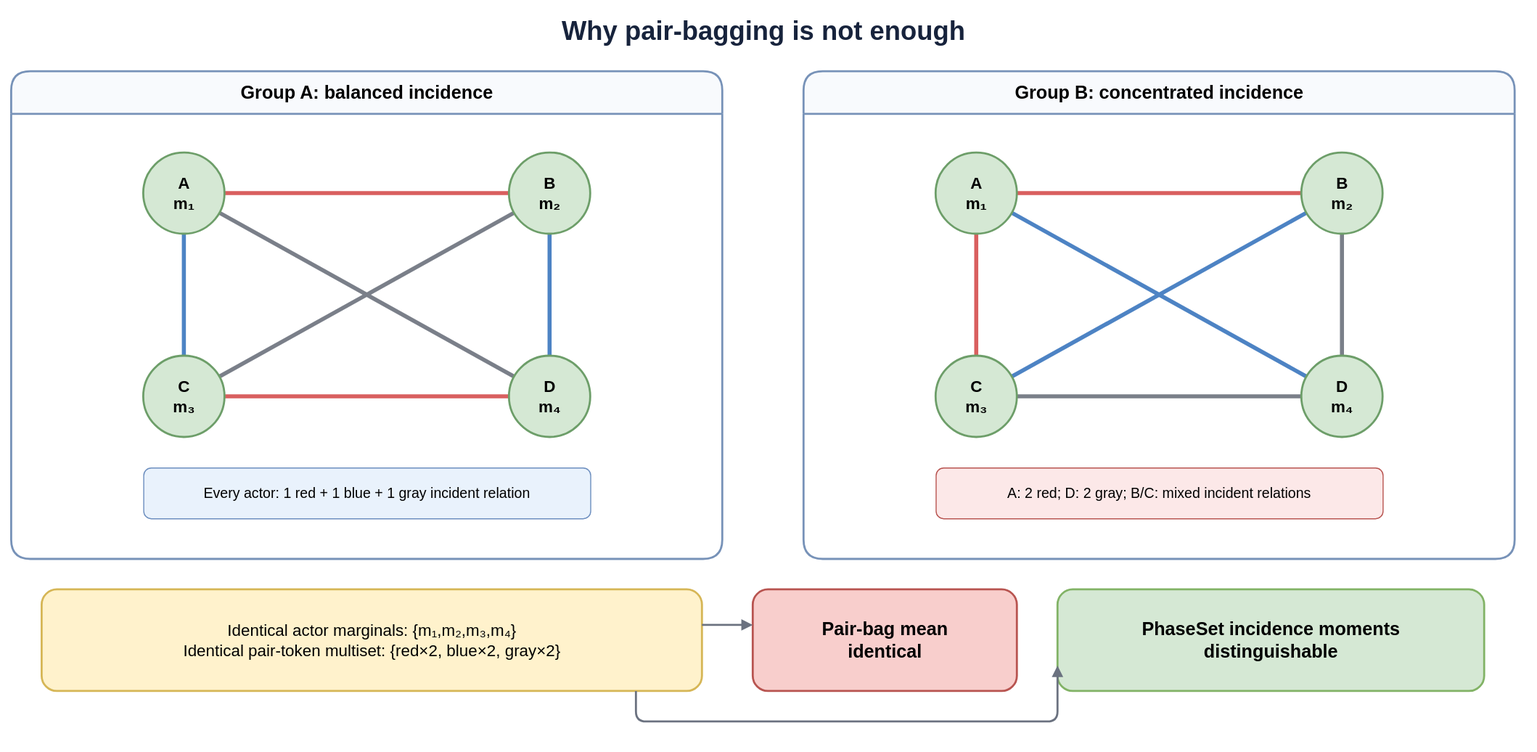
The draw.io diagram figures/phaseset_motivation.svg in appleweiping/phasepair-periodic-motion-language, before a commit. Source tidied: cells renumbered, new cells last; positions are measured from the earlier drawing's top-left corner, leaving out a move shared by most shapes.
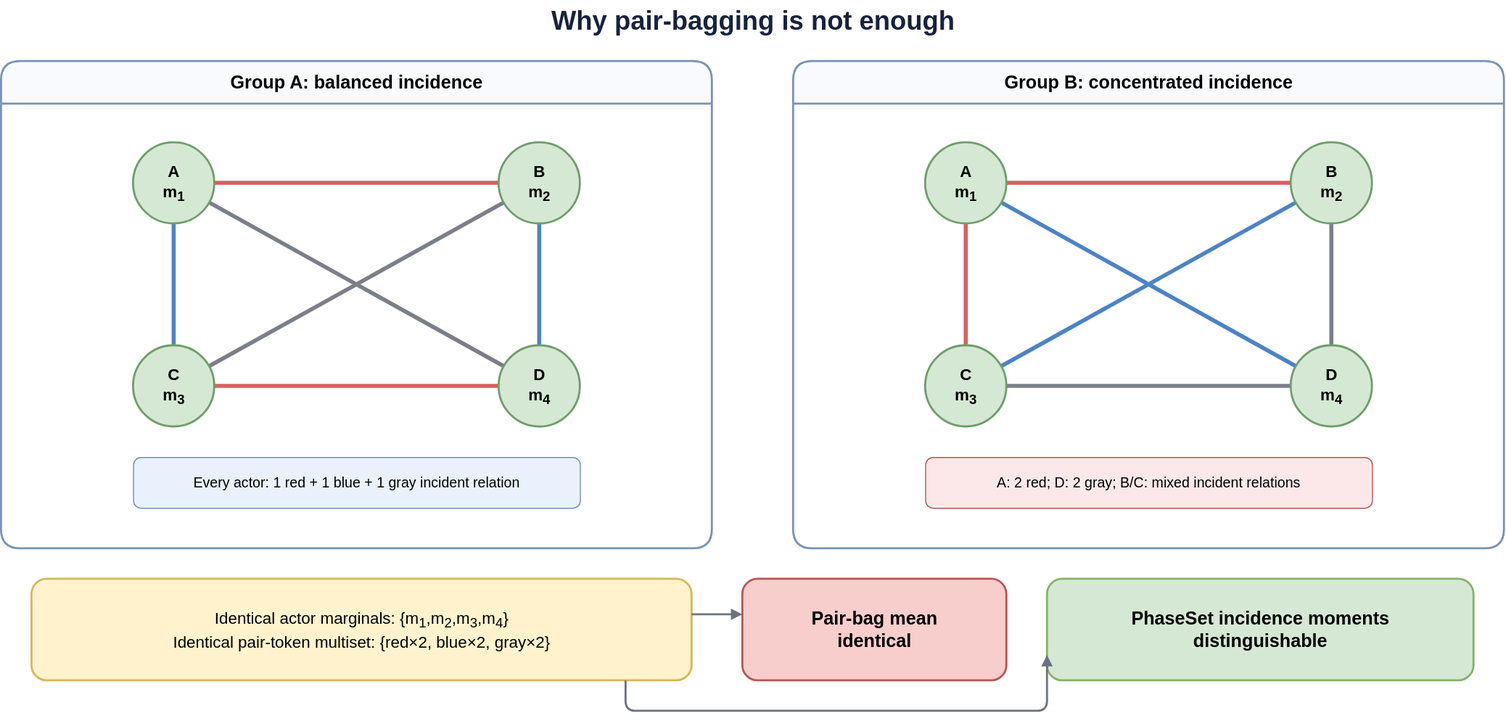
The same file after the commit.

Change to the diagram source:
```diff
@@ -2,94 +2,94 @@
   <root>
     <mxCell id="0" />
     <mxCell id="1" parent="0" />
-    <mxCell id="2" value="Why pair-bagging is not enough" style="text;html=1;align=center;verticalAlign=middle;fontSize=26;fontStyle=1;fontColor=#17233C;" parent="1" vertex="1">
+    <mxCell id="2" value="Why pair-bagging is not enough" style="fontFamily=Arial;text;html=1;align=center;verticalAlign=middle;fontSize=26;fontStyle=1;fontColor=#17233C;" parent="1" vertex="1">
       <mxGeometry x="240" width="1000" height="40" as="geometry" />
     </mxCell>
-    <mxCell id="3" value="Group A: balanced incidence" style="swimlane;startSize=42;rounded=1;html=1;whiteSpace=wrap;fontSize=18;fontStyle=1;fillColor=#F8FAFD;strokeColor=#7792B8;strokeWidth=2;" parent="1" vertex="1">
+    <mxCell id="3" value="Group A: balanced incidence" style="fontFamily=Arial;swimlane;startSize=42;rounded=1;html=1;whiteSpace=wrap;fontSize=18;fontStyle=1;fillColor=#F8FAFD;strokeColor=#7792B8;strokeWidth=2;" parent="1" vertex="1">
       <mxGeometry y="60" width="700" height="480" as="geometry" />
     </mxCell>
-    <mxCell id="4" style="edgeStyle=none;rounded=1;jettySize=auto;html=1;strokeColor=#D95F5F;strokeWidth=4;endArrow=none;" parent="3" edge="1" source="10" target="11">
+    <mxCell id="4" style="fontFamily=Arial;edgeStyle=none;rounded=1;jettySize=auto;html=1;strokeColor=#D95F5F;strokeWidth=4;endArrow=none;" parent="3" edge="1" source="10" target="11">
       <mxGeometry relative="1" as="geometry" />
     </mxCell>
-    <mxCell id="5" style="edgeStyle=none;rounded=1;jettySize=auto;html=1;strokeColor=#4D83C4;strokeWidth=4;endArrow=none;" parent="3" edge="1" source="10" target="12">
+    <mxCell id="5" style="fontFamily=Arial;edgeStyle=none;rounded=1;jettySize=auto;html=1;strokeColor=#4D83C4;strokeWidth=4;endArrow=none;" parent="3" edge="1" source="10" target="12">
       <mxGeometry relative="1" as="geometry" />
     </mxCell>
-    <mxCell id="6" style="edgeStyle=none;rounded=1;jettySize=auto;html=1;strokeColor=#7A7F89;strokeWidth=4;endArrow=none;" parent="3" edge="1" source="10" target="13">
+    <mxCell id="6" style="fontFamily=Arial;edgeStyle=none;rounded=1;jettySize=auto;html=1;strokeColor=#7A7F89;strokeWidth=4;endArrow=none;" parent="3" edge="1" source="10" target="13">
       <mxGeometry relative="1" as="geometry" />
     </mxCell>
-    <mxCell id="7" style="edgeStyle=none;rounded=1;jettySize=auto;html=1;strokeColor=#7A7F89;strokeWidth=4;endArrow=none;" parent="3" edge="1" source="11" target="12">
+    <mxCell id="7" style="fontFamily=Arial;edgeStyle=none;rounded=1;jettySize=auto;html=1;strokeColor=#7A7F89;strokeWidth=4;endArrow=none;" parent="3" edge="1" source="11" target="12">
       <mxGeometry relative="1" as="geometry" />
     </mxCell>
-    <mxCell id="8" style="edgeStyle=none;rounded=1;jettySize=auto;html=1;strokeColor=#4D83C4;strokeWidth=4;endArrow=none;" parent="3" edge="1" source="11" target="13">
+    <mxCell id="8" style="fontFamily=Arial;edgeStyle=none;rounded=1;jettySize=auto;html=1;strokeColor=#4D83C4;strokeWidth=4;endArrow=none;" parent="3" edge="1" source="11" target="13">
       <mxGeometry relative="1" as="geometry" />
     </mxCell>
-    <mxCell id="9" style="edgeStyle=none;rounded=1;jettySize=auto;html=1;strokeColor=#D95F5F;strokeWidth=4;endArrow=none;" parent="3" edge="1" source="12" target="13">
+    <mxCell id="9" style="fontFamily=Arial;edgeStyle=none;rounded=1;jettySize=auto;html=1;strokeColor=#D95F5F;strokeWidth=4;endArrow=none;" parent="3" edge="1" source="12" target="13">
       <mxGeometry relative="1" as="geometry" />
     </mxCell>
-    <mxCell id="10" value="A&#10;m₁" style="ellipse;whiteSpace=wrap;html=1;align=center;verticalAlign=middle;fontSize=16;fontStyle=1;fillColor=#D5E8D4;strokeColor=#6D9E69;strokeWidth=2;" parent="3" vertex="1">
+    <mxCell id="10" value="A&#10;m&lt;sub&gt;1&lt;/sub&gt;" style="fontFamily=Arial;ellipse;whiteSpace=wrap;html=1;align=center;verticalAlign=middle;fontSize=16;fontStyle=1;fillColor=#D5E8D4;strokeColor=#6D9E69;strokeWidth=2;" parent="3" vertex="1">
       <mxGeometry x="130" y="80" width="80" height="80" as="geometry" />
     </mxCell>
-    <mxCell id="11" value="B&#10;m₂" style="ellipse;whiteSpace=wrap;html=1;align=center;verticalAlign=middle;fontSize=16;fontStyle=1;fillColor=#D5E8D4;strokeColor=#6D9E69;strokeWidth=2;" parent="3" vertex="1">
+    <mxCell id="11" value="B&#10;m&lt;sub&gt;2&lt;/sub&gt;" style="fontFamily=Arial;ellipse;whiteSpace=wrap;html=1;align=center;verticalAlign=middle;fontSize=16;fontStyle=1;fillColor=#D5E8D4;strokeColor=#6D9E69;strokeWidth=2;" parent="3" vertex="1">
       <mxGeometry x="490" y="80" width="80" height="80" as="geometry" />
     </mxCell>
-    <mxCell id="12" value="C&#10;m₃" style="ellipse;whiteSpace=wrap;html=1;align=center;verticalAlign=middle;fontSize=16;fontStyle=1;fillColor=#D5E8D4;strokeColor=#6D9E69;strokeWidth=2;" parent="3" vertex="1">
+    <mxCell id="12" value="C&#10;m&lt;sub&gt;3&lt;/sub&gt;" style="fontFamily=Arial;ellipse;whiteSpace=wrap;html=1;align=center;verticalAlign=middle;fontSize=16;fontStyle=1;fillColor=#D5E8D4;strokeColor=#6D9E69;strokeWidth=2;" parent="3" vertex="1">
       <mxGeometry x="130" y="280" width="80" height="80" as="geometry" />
     </mxCell>
-    <mxCell id="13" value="D&#10;m₄" style="ellipse;whiteSpace=wrap;html=1;align=center;verticalAlign=middle;fontSize=16;fontStyle=1;fillColor=#D5E8D4;strokeColor=#6D9E69;strokeWidth=2;" parent="3" vertex="1">
+    <mxCell id="13" value="D&#10;m&lt;sub&gt;4&lt;/sub&gt;" style="fontFamily=Arial;ellipse;whiteSpace=wrap;html=1;align=center;verticalAlign=middle;fontSize=16;fontStyle=1;fillColor=#D5E8D4;strokeColor=#6D9E69;strokeWidth=2;" parent="3" vertex="1">
       <mxGeometry x="490" y="280" width="80" height="80" as="geometry" />
     </mxCell>
-    <mxCell id="14" value="Every actor: 1 red + 1 blue + 1 gray incident relation" style="rounded=1;whiteSpace=wrap;html=1;align=center;verticalAlign=middle;fontSize=14;fillColor=#E9F2FC;strokeColor=#6C8EBF;" parent="3" vertex="1">
+    <mxCell id="14" value="Every actor: 1 red + 1 blue + 1 gray incident relation" style="fontFamily=Arial;rounded=1;whiteSpace=wrap;html=1;align=center;verticalAlign=middle;fontSize=14;fillColor=#E9F2FC;strokeColor=#6C8EBF;" parent="3" vertex="1">
       <mxGeometry x="130" y="390" width="440" height="50" as="geometry" />
     </mxCell>
-    <mxCell id="15" value="Group B: concentrated incidence" style="swimlane;startSize=42;rounded=1;html=1;whiteSpace=wrap;fontSize=18;fontStyle=1;fillColor=#F8FAFD;strokeColor=#7792B8;strokeWidth=2;" parent="1" vertex="1">
+    <mxCell id="15" value="Group B: concentrated incidence" style="fontFamily=Arial;swimlane;startSize=42;rounded=1;html=1;whiteSpace=wrap;fontSize=18;fontStyle=1;fillColor=#F8FAFD;strokeColor=#7792B8;strokeWidth=2;" parent="1" vertex="1">
       <mxGeometry x="780" y="60" width="700" height="480" as="geometry" />
     </mxCell>
-    <mxCell id="16" style="edgeStyle=none;rounded=1;jettySize=auto;html=1;strokeColor=#D95F5F;strokeWidth=4;endArrow=none;" parent="15" edge="1" source="22" target="23">
+    <mxCell id="16" style="fontFamily=Arial;edgeStyle=none;rounded=1;jettySize=auto;html=1;strokeColor=#D95F5F;strokeWidth=4;endArrow=none;" parent="15" edge="1" source="22" target="23">
       <mxGeometry relative="1" as="geometry" />
     </mxCell>
-    <mxCell id="17" style="edgeStyle=none;rounded=1;jettySize=auto;html=1;strokeColor=#D95F5F;strokeWidth=4;endArrow=none;" parent="15" edge="1" source="22" target="24">
+    <mxCell id="17" style="fontFamily=Arial;edgeStyle=none;rounded=1;jettySize=auto;html=1;strokeColor=#D95F5F;strokeWidth=4;endArrow=none;" parent="15" edge="1" source="22" target="24">
       <mxGeometry relative="1" as="geometry" />
     </mxCell>
-    <mxCell id="18" style="edgeStyle=none;rounded=1;jettySize=auto;html=1;strokeColor=#4D83C4;strokeWidth=4;endArrow=none;" parent="15" edge="1" source="22" target="25">
+    <mxCell id="18" style="fontFamily=Arial;edgeStyle=none;rounded=1;jettySize=auto;html=1;strokeColor=#4D83C4;strokeWidth=4;endArrow=none;" parent="15" edge="1" source="22" target="25">
       <mxGeometry relative="1" as="geometry" />
     </mxCell>
-    <mxCell id="19" style="edgeStyle=none;rounded=1;jettySize=auto;html=1;strokeColor=#4D83C4;strokeWidth=4;endArrow=none;" parent="15" edge="1" source="23" target="24">
+    <mxCell id="19" style="fontFamily=Arial;edgeStyle=none;rounded=1;jettySize=auto;html=1;strokeColor=#4D83C4;strokeWidth=4;endArrow=none;" parent="15" edge="1" source="23" target="24">
       <mxGeometry relative="1" as="geometry" />
     </mxCell>
-    <mxCell id="20" style="edgeStyle=none;rounded=1;jettySize=auto;html=1;strokeColor=#7A7F89;strokeWidth=4;endArrow=none;" parent="15" edge="1" source="23" target="25">
+    <mxCell id="20" style="fontFamily=Arial;edgeStyle=none;rounded=1;jettySize=auto;html=1;strokeColor=#7A7F89;strokeWidth=4;endArrow=none;" parent="15" edge="1" source="23" target="25">
       <mxGeometry relative="1" as="geometry" />
     </mxCell>
-    <mxCell id="21" style="edgeStyle=none;rounded=1;jettySize=auto;html=1;strokeColor=#7A7F89;strokeWidth=4;endArrow=none;" parent="15" edge="1" source="24" target="25">
+    <mxCell id="21" style="fontFamily=Arial;edgeStyle=none;rounded=1;jettySize=auto;html=1;strokeColor=#7A7F89;strokeWidth=4;endArrow=none;" parent="15" edge="1" source="24" target="25">
       <mxGeometry relative="1" as="geometry" />
     </mxCell>
-    <mxCell id="22" value="A&#10;m₁" style="ellipse;whiteSpace=wrap;html=1;align=center;verticalAlign=middle;fontSize=16;fontStyle=1;fillColor=#D5E8D4;strokeColor=#6D9E69;strokeWidth=2;" parent="15" vertex="1">
+    <mxCell id="22" value="A&#10;m&lt;sub&gt;1&lt;/sub&gt;" style="fontFamily=Arial;ellipse;whiteSpace=wrap;html=1;align=center;verticalAlign=middle;fontSize=16;fontStyle=1;fillColor=#D5E8D4;strokeColor=#6D9E69;strokeWidth=2;" parent="15" vertex="1">
       <mxGeometry x="130" y="80" width="80" height="80" as="geometry" />
     </mxCell>
-    <mxCell id="23" value="B&#10;m₂" style="ellipse;whiteSpace=wrap;html=1;align=center;verticalAlign=middle;fontSize=16;fontStyle=1;fillColor=#D5E8D4;strokeColor=#6D9E69;strokeWidth=2;" parent="15" vertex="1">
+    <mxCell id="23" value="B&#10;m&lt;sub&gt;2&lt;/sub&gt;" style="fontFamily=Arial;ellipse;whiteSpace=wrap;html=1;align=center;verticalAlign=middle;fontSize=16;fontStyle=1;fillColor=#D5E8D4;strokeColor=#6D9E69;strokeWidth=2;" parent="15" vertex="1">
       <mxGeometry x="490" y="80" width="80" height="80" as="geometry" />
     </mxCell>
-    <mxCell id="24" value="C&#10;m₃" style="ellipse;whiteSpace=wrap;html=1;align=center;verticalAlign=middle;fontSize=16;fontStyle=1;fillColor=#D5E8D4;strokeColor=#6D9E69;strokeWidth=2;" parent="15" vertex="1">
+    <mxCell id="24" value="C&#10;m&lt;sub&gt;3&lt;/sub&gt;" style="fontFamily=Arial;ellipse;whiteSpace=wrap;html=1;align=center;verticalAlign=middle;fontSize=16;fontStyle=1;fillColor=#D5E8D4;strokeColor=#6D9E69;strokeWidth=2;" parent="15" vertex="1">
       <mxGeometry x="130" y="280" width="80" height="80" as="geometry" />
     </mxCell>
-    <mxCell id="25" value="D&#10;m₄" style="ellipse;whiteSpace=wrap;html=1;align=center;verticalAlign=middle;fontSize=16;fontStyle=1;fillColor=#D5E8D4;strokeColor=#6D9E69;strokeWidth=2;" parent="15" vertex="1">
+    <mxCell id="25" value="D&#10;m&lt;sub&gt;4&lt;/sub&gt;" style="fontFamily=Arial;ellipse;whiteSpace=wrap;html=1;align=center;verticalAlign=middle;fontSize=16;fontStyle=1;fillColor=#D5E8D4;strokeColor=#6D9E69;strokeWidth=2;" parent="15" vertex="1">
       <mxGeometry x="490" y="280" width="80" height="80" as="geometry" />
     </mxCell>
-    <mxCell id="26" value="A: 2 red; D: 2 gray; B/C: mixed incident relations" style="rounded=1;whiteSpace=wrap;html=1;align=center;verticalAlign=middle;fontSize=14;fillColor=#FCE8E8;strokeColor=#B85450;" parent="15" vertex="1">
+    <mxCell id="26" value="A: 2 red; D: 2 gray; B/C: mixed incident relations" style="fontFamily=Arial;rounded=1;whiteSpace=wrap;html=1;align=center;verticalAlign=middle;fontSize=14;fillColor=#FCE8E8;strokeColor=#B85450;" parent="15" vertex="1">
       <mxGeometry x="130" y="390" width="440" height="50" as="geometry" />
     </mxCell>
-    <mxCell id="27" value="Identical actor marginals: {m₁,m₂,m₃,m₄}&#10;Identical pair-token multiset: {red×2, blue×2, gray×2}" style="rounded=1;whiteSpace=wrap;html=1;align=center;verticalAlign=middle;fontSize=16;fillColor=#FFF2CC;strokeColor=#D6B656;strokeWidth=2;" parent="1" vertex="1">
+    <mxCell id="27" value="Identical actor marginals: {m&lt;sub&gt;1&lt;/sub&gt;,m&lt;sub&gt;2&lt;/sub&gt;,m&lt;sub&gt;3&lt;/sub&gt;,m&lt;sub&gt;4&lt;/sub&gt;}&#10;Identical pair-token multiset: {red×2, blue×2, gray×2}" style="fontFamily=Arial;rounded=1;whiteSpace=wrap;html=1;align=center;verticalAlign=middle;fontSize=16;fillColor=#FFF2CC;strokeColor=#D6B656;strokeWidth=2;" parent="1" vertex="1">
       <mxGeometry x="30" y="570" width="650" height="100" as="geometry" />
     </mxCell>
-    <mxCell id="28" value="Pair-bag mean&#10;identical" style="rounded=1;whiteSpace=wrap;html=1;align=center;verticalAlign=middle;fontSize=18;fontStyle=1;fillColor=#F8CECC;strokeColor=#B85450;strokeWidth=2;" parent="1" vertex="1">
+    <mxCell id="28" value="Pair-bag mean&#10;identical" style="fontFamily=Arial;rounded=1;whiteSpace=wrap;html=1;align=center;verticalAlign=middle;fontSize=18;fontStyle=1;fillColor=#F8CECC;strokeColor=#B85450;strokeWidth=2;" parent="1" vertex="1">
       <mxGeometry x="730" y="570" width="260" height="100" as="geometry" />
     </mxCell>
-    <mxCell id="29" value="PhaseSet incidence moments&#10;distinguishable" style="rounded=1;whiteSpace=wrap;html=1;align=center;verticalAlign=middle;fontSize=18;fontStyle=1;fillColor=#D5E8D4;strokeColor=#82B366;strokeWidth=2;" parent="1" vertex="1">
+    <mxCell id="29" value="PhaseSet incidence moments&#10;distinguishable" style="fontFamily=Arial;rounded=1;whiteSpace=wrap;html=1;align=center;verticalAlign=middle;fontSize=18;fontStyle=1;fillColor=#D5E8D4;strokeColor=#82B366;strokeWidth=2;" parent="1" vertex="1">
       <mxGeometry x="1030" y="570" width="420" height="100" as="geometry" />
     </mxCell>
-    <mxCell id="30" style="edgeStyle=orthogonalEdgeStyle;rounded=1;jettySize=auto;html=1;strokeColor=#6B7280;strokeWidth=2;endArrow=block;endFill=1;exitX=1;exitY=0.35;exitDx=0;exitDy=0;entryX=0;entryY=0.35;entryDx=0;entryDy=0;" parent="1" edge="1" source="27" target="28">
+    <mxCell id="30" style="fontFamily=Arial;edgeStyle=orthogonalEdgeStyle;rounded=1;jettySize=auto;html=1;strokeColor=#6B7280;strokeWidth=2;endArrow=block;endFill=1;exitX=1;exitY=0.35;exitDx=0;exitDy=0;entryX=0;entryY=0.35;entryDx=0;entryDy=0;" parent="1" edge="1" source="27" target="28">
       <mxGeometry relative="1" as="geometry" />
     </mxCell>
-    <mxCell id="31" style="edgeStyle=orthogonalEdgeStyle;rounded=1;jettySize=auto;html=1;strokeColor=#6B7280;strokeWidth=2;endArrow=block;endFill=1;exitX=0.9;exitY=1;exitDx=0;exitDy=0;entryX=0;entryY=0.75;entryDx=0;entryDy=0;" parent="1" edge="1" source="27" target="29">
+    <mxCell id="31" style="fontFamily=Arial;edgeStyle=orthogonalEdgeStyle;rounded=1;jettySize=auto;html=1;strokeColor=#6B7280;strokeWidth=2;endArrow=block;endFill=1;exitX=0.9;exitY=1;exitDx=0;exitDy=0;entryX=0;entryY=0.75;entryDx=0;entryDy=0;" parent="1" edge="1" source="27" target="29">
       <mxGeometry relative="1" as="geometry">
         <Array as="points">
           <mxPoint x="640" y="700" />
```
